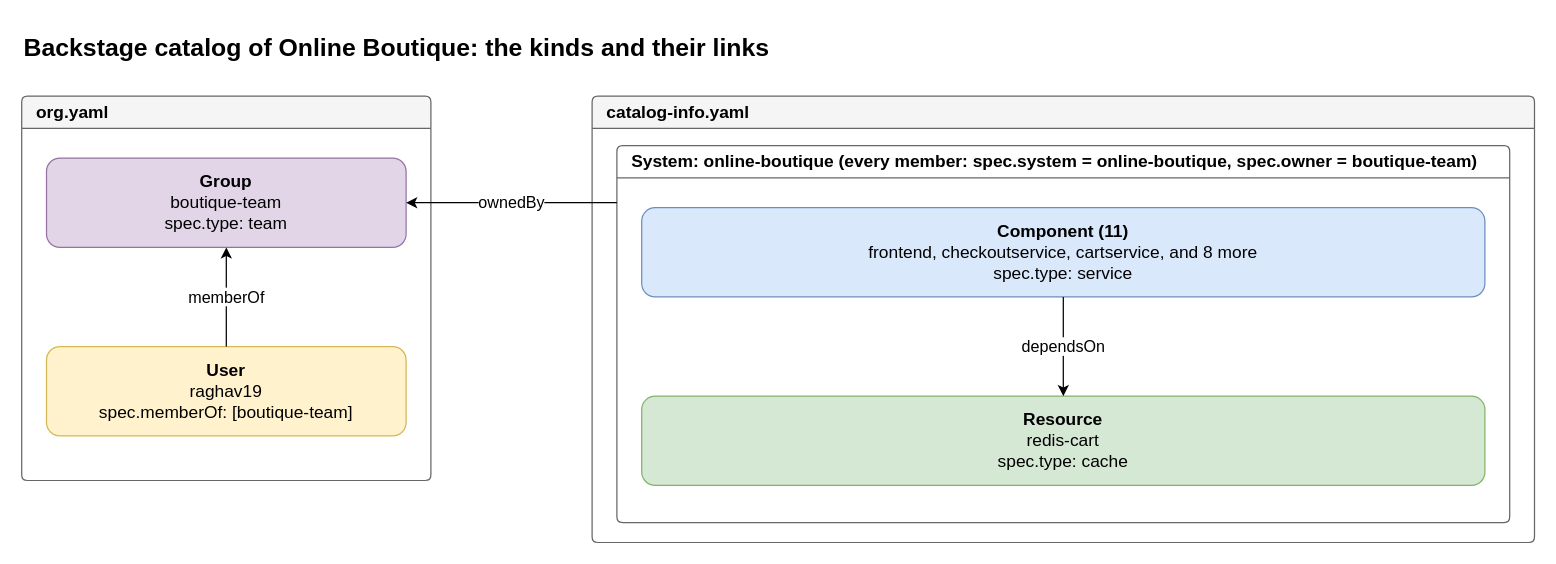
Above: code/platform-engineering/docs/diagrams/catalog-structure.drawio in raghav19/engineersdaybook (draw.io), before the change. Source tidied: cells renumbered, new cells numbered last; positions are measured from the earlier drawing's top-left corner, leaving out a move shared by most shapes. Both pictures are drawn from the tidied source at 124%, with x=0, y=0 at pixel (21, 21).
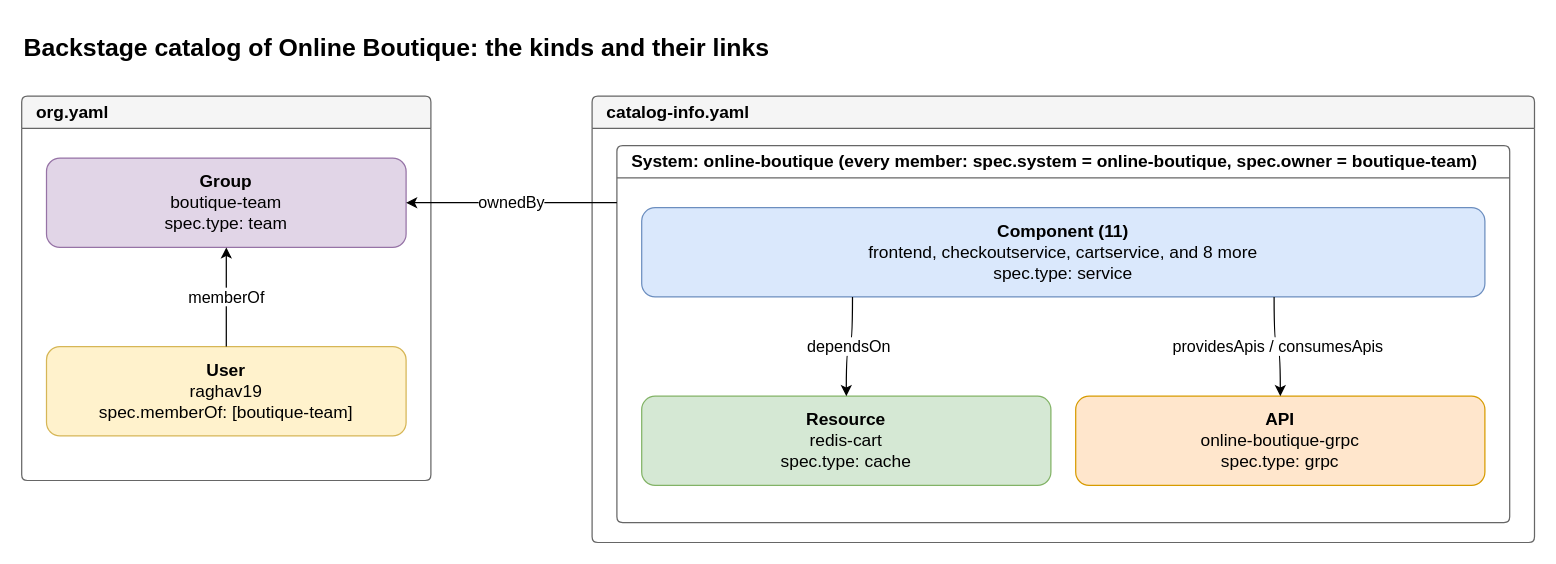
The same diagram, later.

Commit message (it also covers changes not shown here):
platform-engineering: explain the API, the annotations and the new diagram

What changed in the source:
```diff
@@
 <mxGraphModel>
   <root>
     <mxCell id="0" />
     <mxCell id="1" parent="0" />
     <mxCell id="2" value="&lt;b&gt;Backstage catalog of Online Boutique: the kinds and their links&lt;/b&gt;" style="text;html=1;fontSize=20;fontStyle=1;align=left;verticalAlign=middle;" parent="1" vertex="1">
       <mxGeometry width="1220" height="40" as="geometry" />
     </mxCell>
     <mxCell id="3" value="org.yaml" style="swimlane;rounded=1;arcSize=6;startSize=26;fillColor=#f5f5f5;strokeColor=#666666;fontSize=14;html=1;align=left;spacingLeft=10;" parent="1" vertex="1">
       <mxGeometry y="60" width="330" height="310" as="geometry" />
     </mxCell>
     <mxCell id="4" value="catalog-info.yaml" style="swimlane;rounded=1;arcSize=6;startSize=26;fillColor=#f5f5f5;strokeColor=#666666;fontSize=14;html=1;align=left;spacingLeft=10;" parent="1" vertex="1">
       <mxGeometry x="460" y="60" width="760" height="360" as="geometry" />
     </mxCell>
     <mxCell id="5" value="System: online-boutique  (every member: spec.system = online-boutique, spec.owner = boutique-team)" style="swimlane;rounded=1;arcSize=6;startSize=26;fillColor=#ffffff;strokeColor=#666666;fontSize=14;html=1;align=left;spacingLeft=10;" parent="4" vertex="1">
       <mxGeometry x="20" y="40" width="720" height="304" as="geometry" />
     </mxCell>
     <mxCell id="6" value="&lt;b&gt;Group&lt;/b&gt;&lt;br&gt;boutique-team&lt;br&gt;spec.type: team" style="rounded=1;whiteSpace=wrap;html=1;fontSize=14;fillColor=#e1d5e7;strokeColor=#9673a6;" parent="3" vertex="1">
       <mxGeometry x="20" y="50" width="290" height="72" as="geometry" />
     </mxCell>
     <mxCell id="7" value="&lt;b&gt;User&lt;/b&gt;&lt;br&gt;raghav19&lt;br&gt;spec.memberOf: [boutique-team]" style="rounded=1;whiteSpace=wrap;html=1;fontSize=14;fillColor=#fff2cc;strokeColor=#d6b656;" parent="3" vertex="1">
       <mxGeometry x="20" y="202" width="290" height="72" as="geometry" />
     </mxCell>
     <mxCell id="8" value="&lt;b&gt;Component (11)&lt;/b&gt;&lt;br&gt;frontend, checkoutservice, cartservice, and 8 more&lt;br&gt;spec.type: service" style="rounded=1;whiteSpace=wrap;html=1;fontSize=14;fillColor=#dae8fc;strokeColor=#6c8ebf;" parent="5" vertex="1">
       <mxGeometry x="20" y="50" width="680" height="72" as="geometry" />
     </mxCell>
     <mxCell id="9" value="&lt;b&gt;Resource&lt;/b&gt;&lt;br&gt;redis-cart&lt;br&gt;spec.type: cache" style="rounded=1;whiteSpace=wrap;html=1;fontSize=14;fillColor=#d5e8d4;strokeColor=#82b366;" parent="5" vertex="1">
-      <mxGeometry x="20" y="202" width="680" height="72" as="geometry" />
+      <mxGeometry x="20" y="202" width="330" height="72" as="geometry" />
     </mxCell>
+    <mxCell id="13" value="&lt;b&gt;API&lt;/b&gt;&lt;br&gt;online-boutique-grpc&lt;br&gt;spec.type: grpc" style="rounded=1;whiteSpace=wrap;html=1;fontSize=14;fillColor=#ffe6cc;strokeColor=#d79b00;" parent="5" vertex="1">
+      <mxGeometry x="370" y="202" width="330" height="72" as="geometry" />
+    </mxCell>
     <mxCell id="10" value="memberOf" style="edgeStyle=orthogonalEdgeStyle;rounded=1;curved=1;html=1;labelBackgroundColor=default;defaultLabelBackgroundColor=gap;fontSize=13;exitX=0.5;exitY=0;exitDx=0;exitDy=0;entryX=0.5;entryY=1;entryDx=0;entryDy=0;" parent="1" edge="1" source="7" target="6">
       <mxGeometry relative="1" as="geometry" />
     </mxCell>
     <mxCell id="11" value="ownedBy" style="edgeStyle=orthogonalEdgeStyle;rounded=1;curved=1;html=1;labelBackgroundColor=default;defaultLabelBackgroundColor=gap;fontSize=13;exitX=0;exitY=0.151;exitDx=0;exitDy=0;entryX=1;entryY=0.5;entryDx=0;entryDy=0;" parent="1" edge="1" source="5" target="6">
       <mxGeometry relative="1" as="geometry" />
     </mxCell>
-    <mxCell id="12" value="dependsOn" style="edgeStyle=orthogonalEdgeStyle;rounded=1;curved=1;html=1;labelBackgroundColor=default;defaultLabelBackgroundColor=gap;fontSize=13;exitX=0.5;exitY=1;exitDx=0;exitDy=0;entryX=0.5;entryY=0;entryDx=0;entryDy=0;" parent="1" edge="1" source="8" target="9">
+    <mxCell id="12" value="dependsOn" style="edgeStyle=orthogonalEdgeStyle;rounded=1;curved=1;html=1;labelBackgroundColor=default;defaultLabelBackgroundColor=gap;fontSize=13;exitX=0.25;exitY=1;exitDx=0;exitDy=0;entryX=0.5;entryY=0;entryDx=0;entryDy=0;" parent="1" edge="1" source="8" target="9">
       <mxGeometry relative="1" as="geometry" />
     </mxCell>
+    <mxCell id="14" value="providesApis / consumesApis" style="edgeStyle=orthogonalEdgeStyle;rounded=1;curved=1;html=1;labelBackgroundColor=default;defaultLabelBackgroundColor=gap;fontSize=13;exitX=0.75;exitY=1;exitDx=0;exitDy=0;entryX=0.5;entryY=0;entryDx=0;entryDy=0;" parent="1" edge="1" source="8" target="13">
+      <mxGeometry relative="1" as="geometry" />
+    </mxCell>
   </root>
 </mxGraphModel>
```
